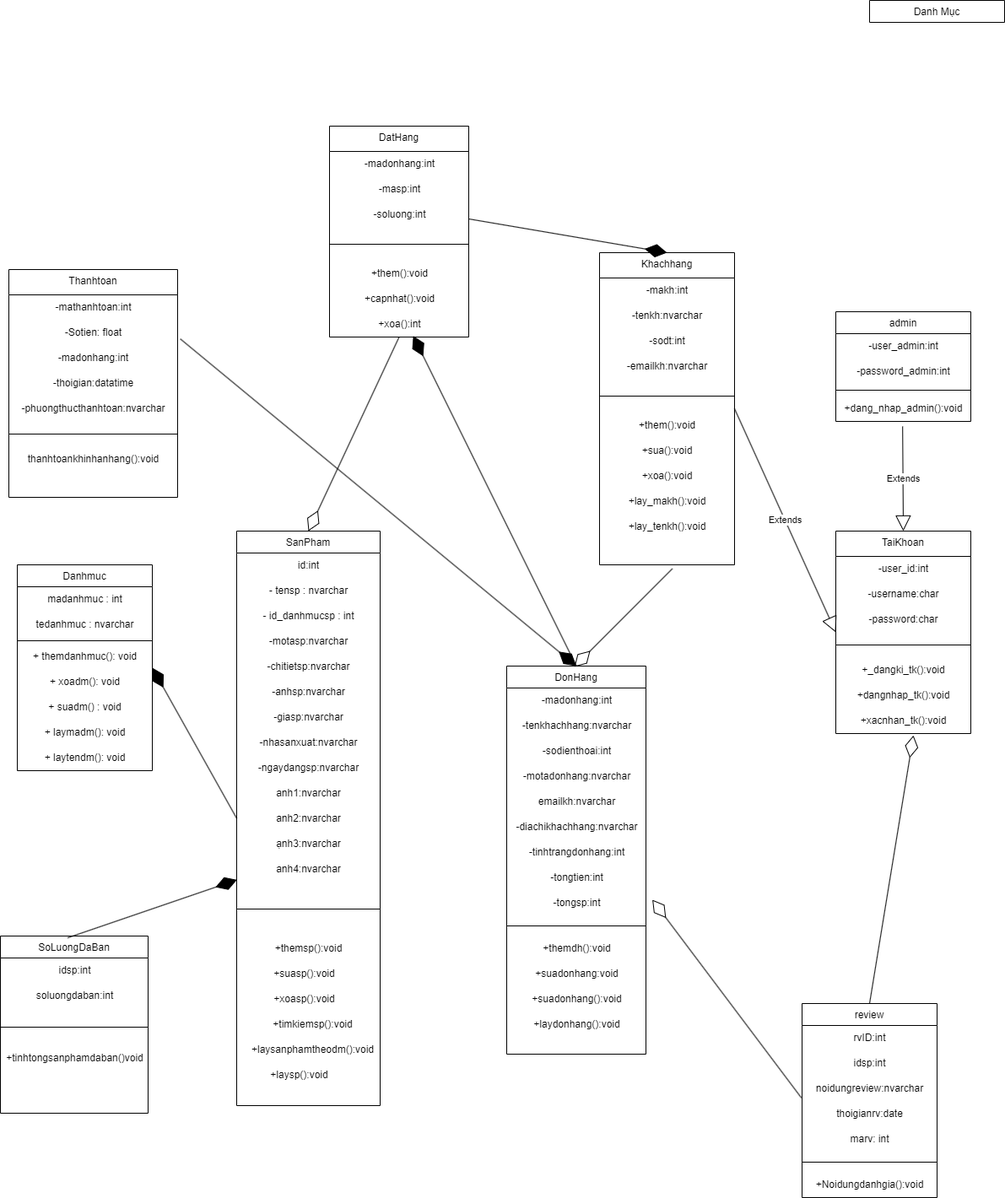
This is vẽ class diagram cho web bán hàng.drawio.png from TTHTech/Diagram, a draw.io export, as it was before one commit. Source tidied: cells renumbered, new cells last; positions are measured from the earlier drawing's top-left corner, leaving out a move shared by most shapes.
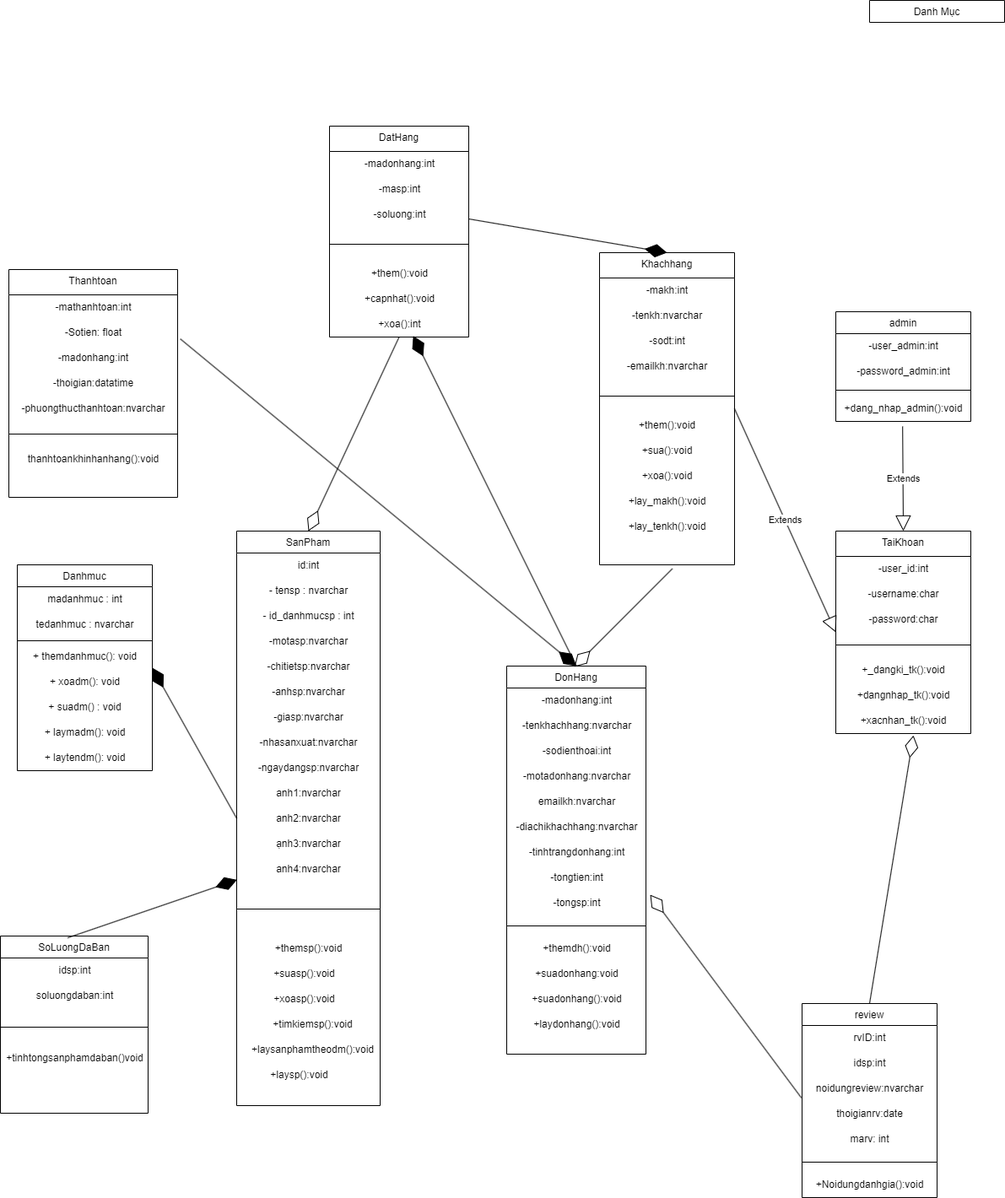
After the change.

Commit message:
Cập nhật vẽ class diagram cho web bán hàng.drawio.png

Change to the diagram source:
```diff
@@ -337,8 +337,10 @@
     <mxCell id="111" value="+Noidungdanhgia():void" style="text;html=1;align=center;verticalAlign=middle;strokeColor=none;fillColor=none;" parent="104" vertex="1">
       <mxGeometry y="200" width="160" height="30" as="geometry" />
     </mxCell>
-    <mxCell id="112" style="endArrow=diamondThin;endFill=0;endSize=24;html=1;rounded=0;exitX=-0.005;exitY=0.86;exitDx=0;exitDy=0;exitPerimeter=0;entryX=1.046;entryY=0.367;entryDx=0;entryDy=0;entryPerimeter=0;" parent="1" edge="1" source="107" target="28">
-      <mxGeometry relative="1" as="geometry" />
+    <mxCell id="112" style="endArrow=diamondThin;endFill=0;endSize=24;html=1;rounded=0;exitX=-0.005;exitY=0.86;exitDx=0;exitDy=0;exitPerimeter=0;" parent="1" edge="1" source="107">
+      <mxGeometry relative="1" as="geometry">
+        <mxPoint x="770" y="1060" as="targetPoint" />
+      </mxGeometry>
     </mxCell>
     <mxCell id="113" style="endArrow=diamondThin;endFill=0;endSize=24;html=1;rounded=0;exitX=0.5;exitY=0;exitDx=0;exitDy=0;entryX=0.575;entryY=1.073;entryDx=0;entryDy=0;entryPerimeter=0;" parent="1" edge="1" source="104" target="41">
       <mxGeometry relative="1" as="geometry" />
```
